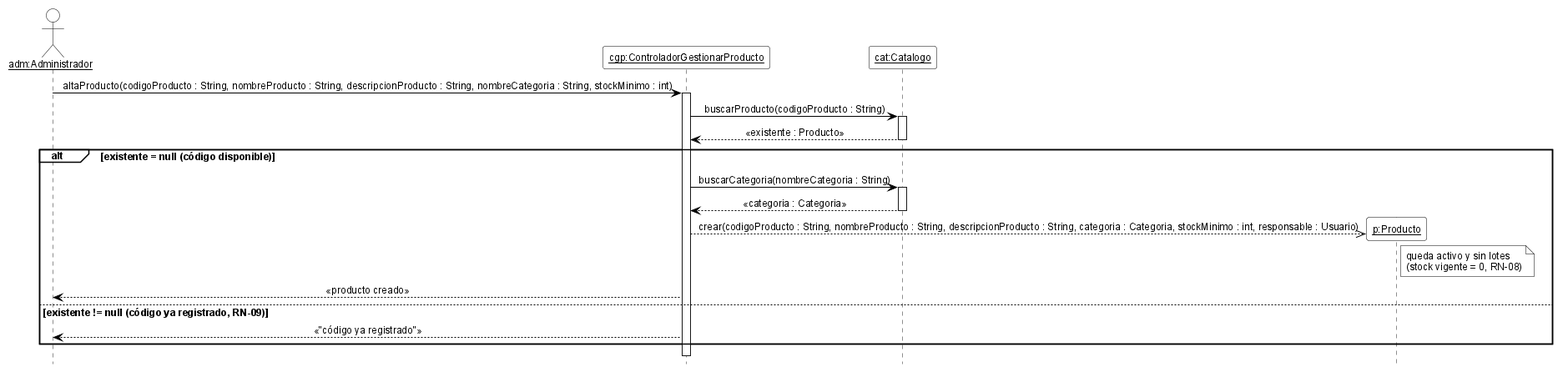
Before: 08-Diagrama De Secuencia/DSD_CU-04_altaProducto.png, a diagram exported from PlantUML (cirotop/Stock-Project).
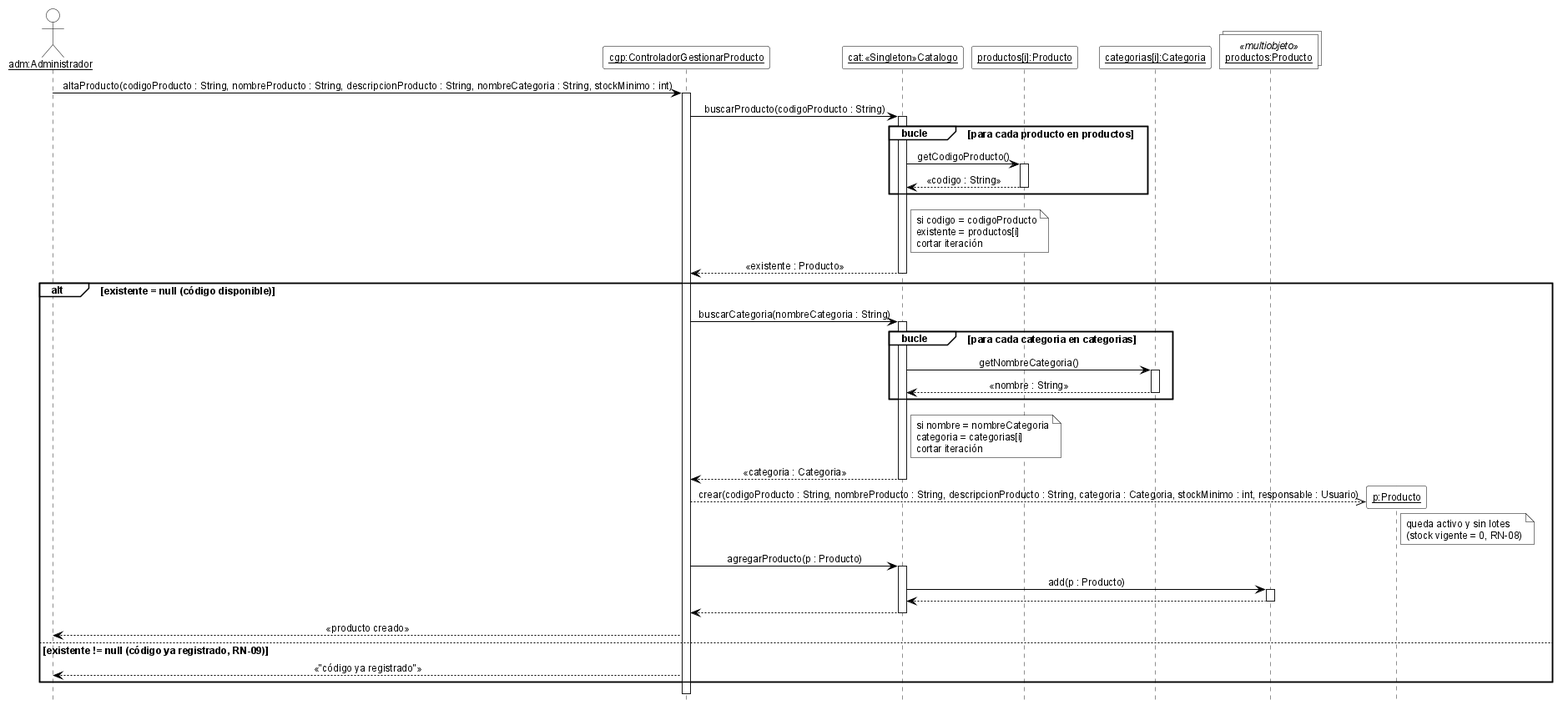
Later version of the same file.

The edit, as a diff of the source:
```diff
@@ -7,6 +7,8 @@
 skinparam ArrowColor black
 skinparam ParticipantBackgroundColor white
 skinparam ParticipantBorderColor black
+skinparam CollectionsBackgroundColor white
+skinparam CollectionsBorderColor black
 skinparam ActorBackgroundColor white
 skinparam ActorBorderColor black
 skinparam LifeLineBorderColor black
@@ -19,17 +21,42 @@
 
 actor "<u>adm:Administrador</u>" as adm
 participant "<u>cgp:ControladorGestionarProducto</u>" as cgp
-participant "<u>cat:Catalogo</u>" as cat
+participant "<u>cat:«Singleton»Catalogo</u>" as cat
+participant "<u>productos[i]:Producto</u>" as pi
+participant "<u>categorias[i]:Categoria</u>" as ci
+collections "<u>productos:Producto</u>" as mp <<multiobjeto>>
 
 adm -> cgp ++ : altaProducto(codigoProducto : String, nombreProducto : String, descripcionProducto : String, nombreCategoria : String, stockMinimo : int)
 cgp -> cat ++ : buscarProducto(codigoProducto : String)
+group bucle [para cada producto en productos]
+  cat -> pi ++ : getCodigoProducto()
+  pi --> cat -- : «codigo : String»
+end
+note right of cat
+  si codigo = codigoProducto
+  existente = productos[i]
+  cortar iteración
+end note
 cat --> cgp -- : «existente : Producto»
 alt existente = null (código disponible)
   cgp -> cat ++ : buscarCategoria(nombreCategoria : String)
+  group bucle [para cada categoria en categorias]
+    cat -> ci ++ : getNombreCategoria()
+    ci --> cat -- : «nombre : String»
+  end
+  note right of cat
+    si nombre = nombreCategoria
+    categoria = categorias[i]
+    cortar iteración
+  end note
   cat --> cgp -- : «categoria : Categoria»
   create participant "<u>p:Producto</u>" as p
   cgp -->> p : crear(codigoProducto : String, nombreProducto : String, descripcionProducto : String, categoria : Categoria, stockMinimo : int, responsable : Usuario)
   note right of p : queda activo y sin lotes\n(stock vigente = 0, RN-08)
+  cgp -> cat ++ : agregarProducto(p : Producto)
+  cat -> mp ++ : add(p : Producto)
+  mp --> cat --
+  cat --> cgp --
   cgp --> adm : «producto creado»
 else existente != null (código ya registrado, RN-09)
   cgp --> adm : «"código ya registrado"»
```
